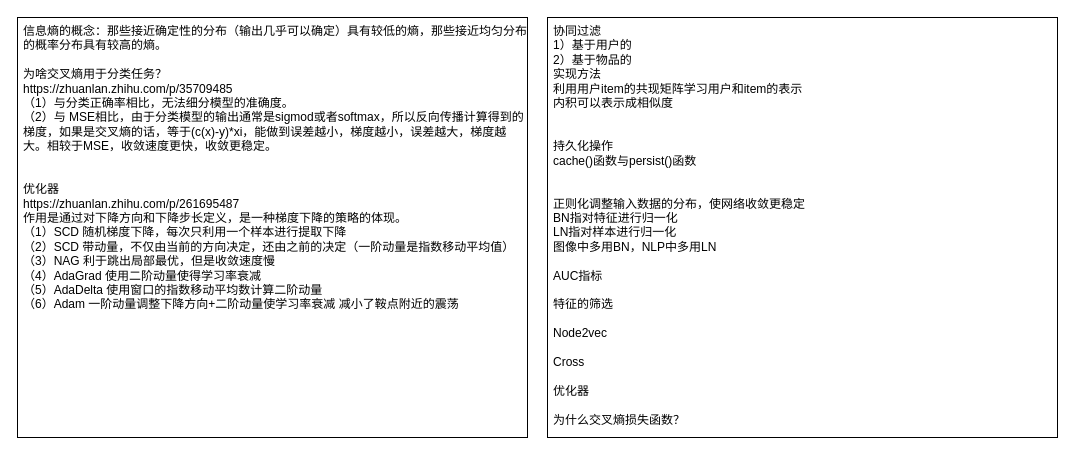
The draw.io diagram 推荐八股.drawio in limpid-11/drawio, before the edit. Source tidied: cells renumbered, new cells numbered last; positions are measured from the earlier drawing's top-left corner, leaving out a move shared by most shapes. Both pictures are drawn from the tidied source at 100%, with x=0, y=0 at pixel (17, 17).
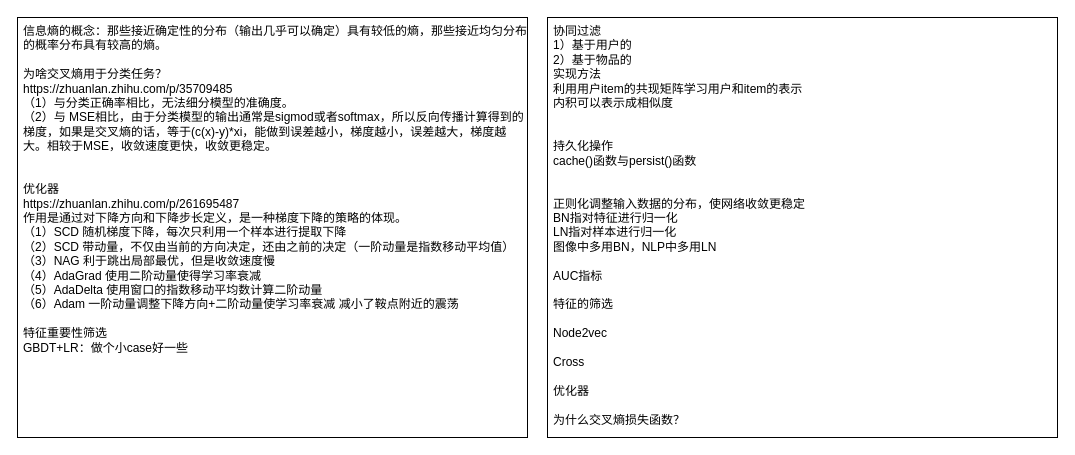
The same page after the edit.

Commit message:
更新推荐八股.drawio

The edit, as a diff of the source:
```diff
@@
 <mxGraphModel>
   <root>
     <mxCell id="0" />
     <mxCell id="1" parent="0" />
     <mxCell id="2" value="协同过滤&lt;div&gt;1）基于用户的&lt;/div&gt;&lt;div&gt;2）基于物品的&lt;/div&gt;&lt;div&gt;实现方法&lt;/div&gt;&lt;div&gt;利用用户item的共现矩阵学习用户和item的表示&lt;/div&gt;&lt;div&gt;内积可以表示成相似度&lt;/div&gt;&lt;div&gt;&lt;br&gt;&lt;/div&gt;&lt;div&gt;&lt;br&gt;&lt;/div&gt;&lt;div&gt;持久化操作&lt;/div&gt;&lt;div&gt;cache()函数与persist()函数&lt;/div&gt;&lt;div&gt;&lt;br&gt;&lt;/div&gt;&lt;div&gt;&lt;br&gt;&lt;/div&gt;&lt;div&gt;正则化调整输入数据的分布，使网络收敛更稳定&lt;/div&gt;&lt;div&gt;BN指对特征进行归一化&lt;/div&gt;&lt;div&gt;LN指对样本进行归一化&lt;/div&gt;&lt;div&gt;图像中多用BN，NLP中多用LN&lt;/div&gt;&lt;div&gt;&lt;br&gt;&lt;/div&gt;&lt;div&gt;AUC指标&lt;/div&gt;&lt;div&gt;&lt;br&gt;&lt;/div&gt;&lt;div&gt;特征的筛选&lt;/div&gt;&lt;div&gt;&lt;br&gt;&lt;/div&gt;&lt;div&gt;Node2vec&lt;/div&gt;&lt;div&gt;&lt;br&gt;&lt;/div&gt;&lt;div&gt;Cross&lt;/div&gt;&lt;div&gt;&lt;br&gt;&lt;/div&gt;&lt;div&gt;优化器&lt;/div&gt;&lt;div&gt;&lt;br&gt;&lt;/div&gt;&lt;div&gt;为什么交叉熵损失函数？&lt;/div&gt;" style="rounded=0;whiteSpace=wrap;html=1;align=left;verticalAlign=top;spacingLeft=4;" parent="1" vertex="1">
       <mxGeometry x="530" width="510" height="420" as="geometry" />
     </mxCell>
-    <mxCell id="3" value="&lt;div&gt;信息熵的概念：那些接近确定性的分布（输出几乎可以确定）具有较低的熵，那些接近均匀分布的概率分布具有较高的熵。&lt;/div&gt;&lt;div&gt;&lt;br&gt;&lt;/div&gt;&lt;div&gt;为啥交叉熵用于分类任务？&lt;/div&gt;&lt;div&gt;https://zhuanlan.zhihu.com/p/35709485&lt;br&gt;&lt;/div&gt;&lt;div&gt;（1）与分类正确率相比，无法细分模型的准确度。&lt;/div&gt;&lt;div&gt;（2）与 MSE相比，由于分类模型的输出通常是sigmod或者softmax，所以反向传播计算得到的梯度，如果是交叉熵的话，等于(c(x)-y)*xi，能做到误差越小，梯度越小，误差越大，梯度越大。相较于MSE，收敛速度更快，收敛更稳定。&lt;/div&gt;&lt;div&gt;&lt;br&gt;&lt;/div&gt;&lt;div&gt;&lt;br&gt;&lt;/div&gt;&lt;div&gt;优化器&lt;/div&gt;&lt;div&gt;https://zhuanlan.zhihu.com/p/261695487&lt;br&gt;&lt;/div&gt;&lt;div&gt;作用是通过对下降方向和下降步长定义，是一种梯度下降的策略的体现。&lt;/div&gt;&lt;div&gt;（1）SCD 随机梯度下降，每次只利用一个样本进行提取下降&lt;/div&gt;&lt;div&gt;（2）SCD 带动量，不仅由当前的方向决定，还由之前的决定（一阶动量是指数移动平均值）&lt;/div&gt;&lt;div&gt;（3）NAG 利于跳出局部最优，但是收敛速度慢&lt;/div&gt;&lt;div&gt;（4）AdaGrad 使用二阶动量使得学习率衰减&lt;/div&gt;&lt;div&gt;（5）AdaDelta 使用窗口的指数移动平均数计算二阶动量&lt;/div&gt;&lt;div&gt;（6）Adam 一阶动量调整下降方向+二阶动量使学习率衰减 减小了鞍点附近的震荡&lt;/div&gt;&lt;div&gt;&lt;br&gt;&lt;/div&gt;&lt;div&gt;&lt;br&gt;&lt;/div&gt;&lt;div&gt;&lt;br&gt;&lt;/div&gt;" style="rounded=0;whiteSpace=wrap;html=1;align=left;verticalAlign=top;spacingLeft=4;" parent="1" vertex="1">
+    <mxCell id="3" value="&lt;div&gt;信息熵的概念：那些接近确定性的分布（输出几乎可以确定）具有较低的熵，那些接近均匀分布的概率分布具有较高的熵。&lt;/div&gt;&lt;div&gt;&lt;br&gt;&lt;/div&gt;&lt;div&gt;为啥交叉熵用于分类任务？&lt;/div&gt;&lt;div&gt;https://zhuanlan.zhihu.com/p/35709485&lt;br&gt;&lt;/div&gt;&lt;div&gt;（1）与分类正确率相比，无法细分模型的准确度。&lt;/div&gt;&lt;div&gt;（2）与 MSE相比，由于分类模型的输出通常是sigmod或者softmax，所以反向传播计算得到的梯度，如果是交叉熵的话，等于(c(x)-y)*xi，能做到误差越小，梯度越小，误差越大，梯度越大。相较于MSE，收敛速度更快，收敛更稳定。&lt;/div&gt;&lt;div&gt;&lt;br&gt;&lt;/div&gt;&lt;div&gt;&lt;br&gt;&lt;/div&gt;&lt;div&gt;优化器&lt;/div&gt;&lt;div&gt;https://zhuanlan.zhihu.com/p/261695487&lt;br&gt;&lt;/div&gt;&lt;div&gt;作用是通过对下降方向和下降步长定义，是一种梯度下降的策略的体现。&lt;/div&gt;&lt;div&gt;（1）SCD 随机梯度下降，每次只利用一个样本进行提取下降&lt;/div&gt;&lt;div&gt;（2）SCD 带动量，不仅由当前的方向决定，还由之前的决定（一阶动量是指数移动平均值）&lt;/div&gt;&lt;div&gt;（3）NAG 利于跳出局部最优，但是收敛速度慢&lt;/div&gt;&lt;div&gt;（4）AdaGrad 使用二阶动量使得学习率衰减&lt;/div&gt;&lt;div&gt;（5）AdaDelta 使用窗口的指数移动平均数计算二阶动量&lt;/div&gt;&lt;div&gt;（6）Adam 一阶动量调整下降方向+二阶动量使学习率衰减 减小了鞍点附近的震荡&lt;/div&gt;&lt;div&gt;&lt;br&gt;&lt;/div&gt;&lt;div&gt;特征重要性筛选&lt;/div&gt;&lt;div&gt;GBDT+LR：做个小case好一些&lt;/div&gt;&lt;div&gt;&lt;br&gt;&lt;/div&gt;&lt;div&gt;&lt;br&gt;&lt;/div&gt;&lt;div&gt;&lt;br&gt;&lt;/div&gt;" style="rounded=0;whiteSpace=wrap;html=1;align=left;verticalAlign=top;spacingLeft=4;" parent="1" vertex="1">
       <mxGeometry width="510" height="420" as="geometry" />
     </mxCell>
   </root>
 </mxGraphModel>
```
